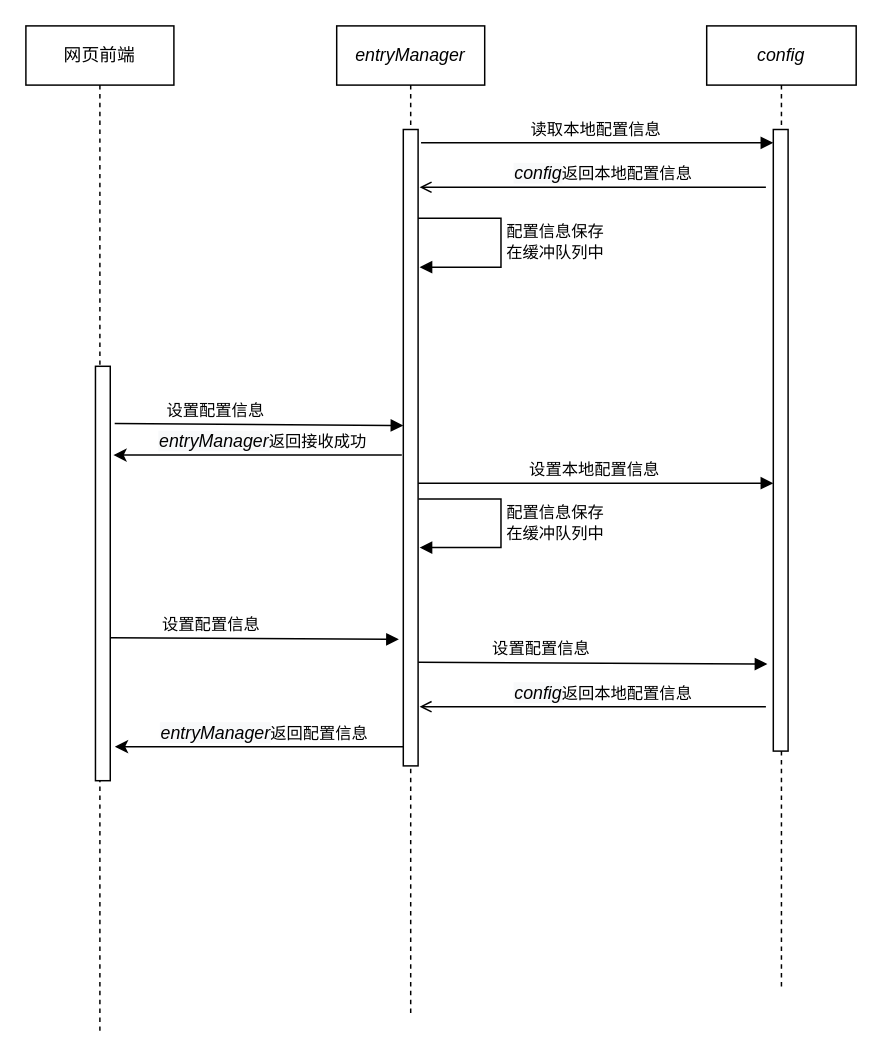
The draw.io diagram 录播get模块.drawio in huangPeiLc/drawio, before the edit. Source tidied: cells renumbered, new cells numbered last; positions are measured from the earlier drawing's top-left corner, leaving out a move shared by most shapes. Both pictures are drawn from the tidied source at 148%, with x=0, y=0 at pixel (25, 25).
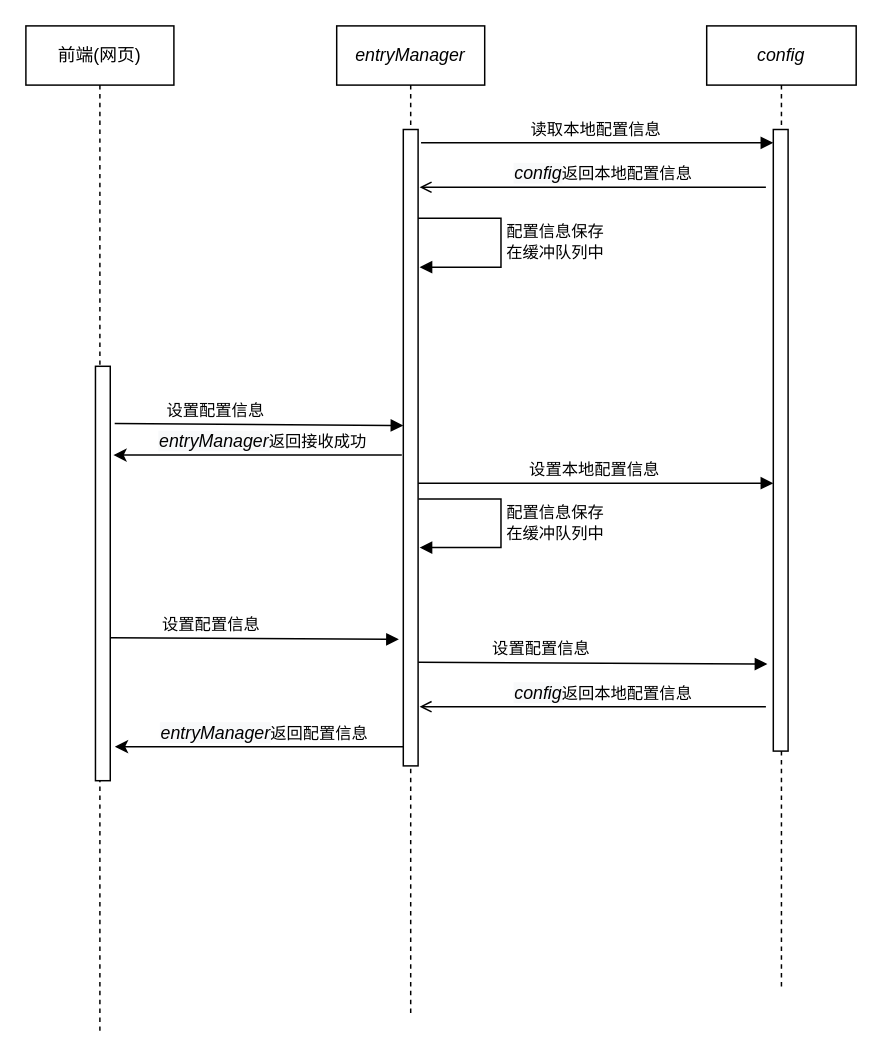
Above is the later version.

What changed in the source:
```diff
@@
-    <mxCell id="2" value="网页前端" style="shape=umlLifeline;perimeter=lifelinePerimeter;whiteSpace=wrap;html=1;" parent="1" vertex="1">
+    <mxCell id="2" value="前端(网页)" style="shape=umlLifeline;perimeter=lifelinePerimeter;whiteSpace=wrap;html=1;" parent="1" vertex="1">
       <mxGeometry width="100" height="680" as="geometry" />
     </mxCell>
```
